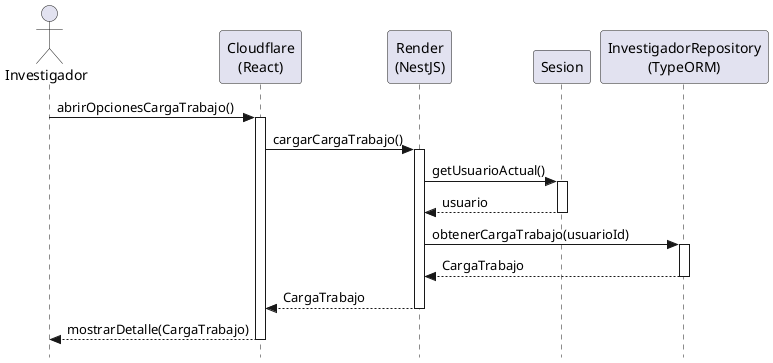
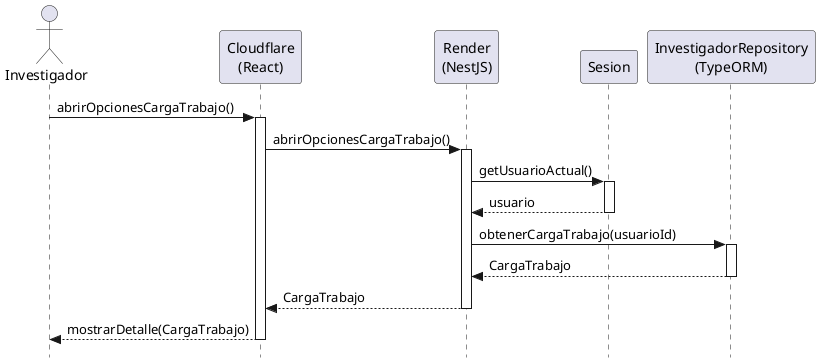
@startuml abrirOpcionesCargaTrabajo-diseño
skinparam style strictuml
skinparam backgroundColor white
skinparam shadowing false

actor Investigador
participant "Cloudflare\n(React)" as View
participant "Render\n(NestJS)" as Controller
participant "Sesion" as Sesion
participant "InvestigadorRepository\n(TypeORM)" as Repo

Investigador -> View : abrirOpcionesCargaTrabajo()
activate View

- View -> Controller : cargarCargaTrabajo()
+ View -> Controller : abrirOpcionesCargaTrabajo()
activate Controller

Controller -> Sesion : getUsuarioActual()
activate Sesion

Sesion --> Controller : usuario
deactivate Sesion

Controller -> Repo : obtenerCargaTrabajo(usuarioId)
activate Repo

Repo --> Controller : CargaTrabajo
deactivate Repo

Controller --> View : CargaTrabajo
deactivate Controller

View --> Investigador : mostrarDetalle(CargaTrabajo)
deactivate View
- @enduml+ @enduml
